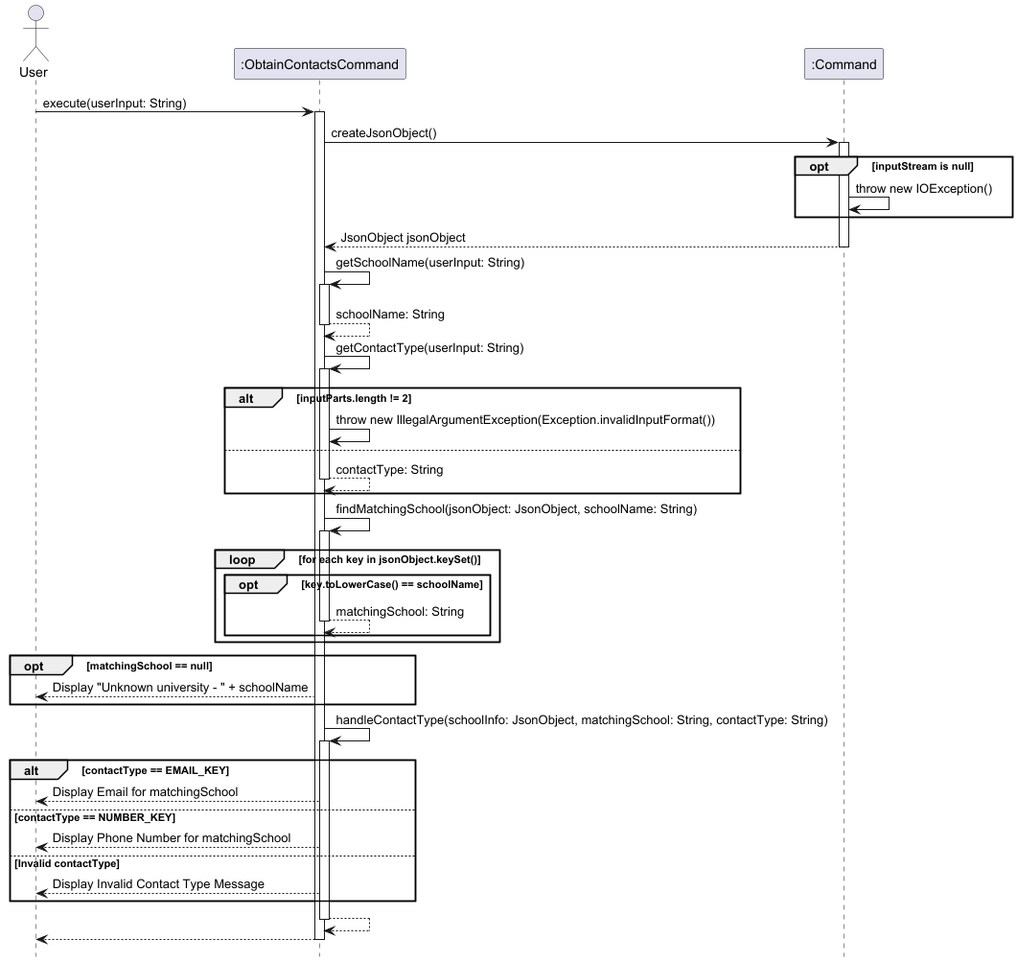
The PlantUML diagram docs/images/ObtainContactsCommand.png in nus-cs2113-AY2425S1/tp, before a commit.
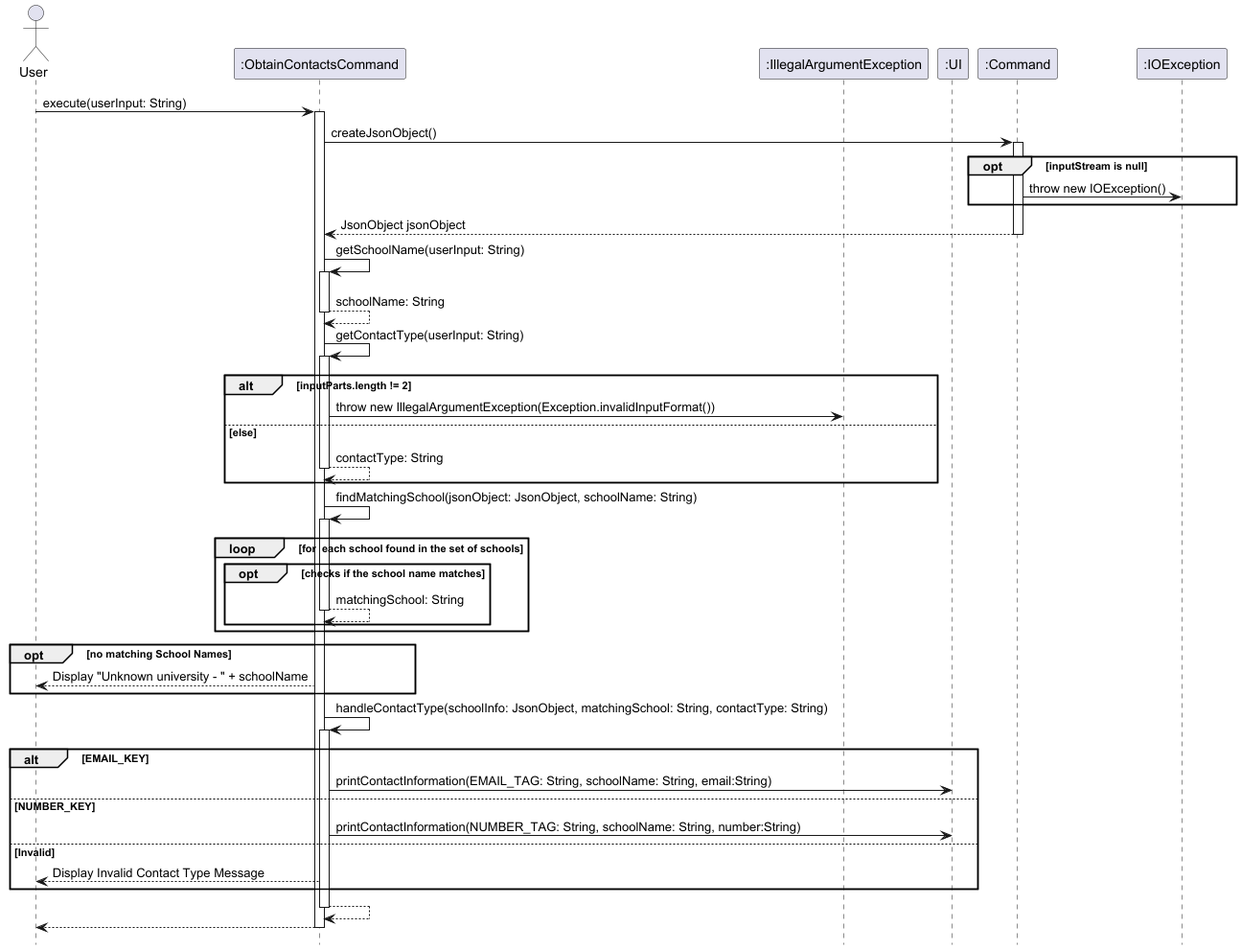
After the change.

Change to the diagram source:
```diff
@@ -3,7 +3,10 @@
 
 actor User
 participant ":ObtainContactsCommand" as ObtainContactsCommand
+participant ":IllegalArgumentException" as IllegalArgumentException
+participant ":UI" as UI
 participant ":Command" as Command
+participant ":IOException" as IOException
 
 User -> ObtainContactsCommand: execute(userInput: String)
 activate ObtainContactsCommand
@@ -12,7 +15,7 @@
 activate Command
 
 opt inputStream is null
-    Command -> Command: throw new IOException()
+    Command -> IOException: throw new IOException()
 end
 
 Command --> ObtainContactsCommand: JsonObject jsonObject
@@ -26,32 +29,32 @@
 activate ObtainContactsCommand
 
 alt inputParts.length != 2
-    ObtainContactsCommand -> ObtainContactsCommand: throw new IllegalArgumentException(Exception.invalidInputFormat())
-else
+    ObtainContactsCommand -> IllegalArgumentException: throw new IllegalArgumentException(Exception.invalidInputFormat())
+else else
     return contactType: String
 end
 
 ObtainContactsCommand -> ObtainContactsCommand: findMatchingSchool(jsonObject: JsonObject, schoolName: String)
 activate ObtainContactsCommand
 
-loop for each key in jsonObject.keySet()
-    opt key.toLowerCase() == schoolName
+loop for  each school found in the set of schools
+    opt checks if the school name matches
         return matchingSchool: String
     end
 end
 
-opt matchingSchool == null
+opt no matching School Names
     ObtainContactsCommand --> User: Display "Unknown university - " + schoolName
 end
 
 ObtainContactsCommand -> ObtainContactsCommand: handleContactType(schoolInfo: JsonObject, matchingSchool: String, contactType: String)
 activate ObtainContactsCommand
 
-alt contactType == EMAIL_KEY
-    ObtainContactsCommand --> User: Display Email for matchingSchool
-else contactType == NUMBER_KEY
-    ObtainContactsCommand --> User: Display Phone Number for matchingSchool
-else Invalid contactType
+alt EMAIL_KEY
+    ObtainContactsCommand -> UI: printContactInformation(EMAIL_TAG: String, schoolName: String, email:String)
+else NUMBER_KEY
+    ObtainContactsCommand -> UI: printContactInformation(NUMBER_TAG: String, schoolName: String, number:String)
+else Invalid
     ObtainContactsCommand --> User: Display Invalid Contact Type Message
 end
 
```
